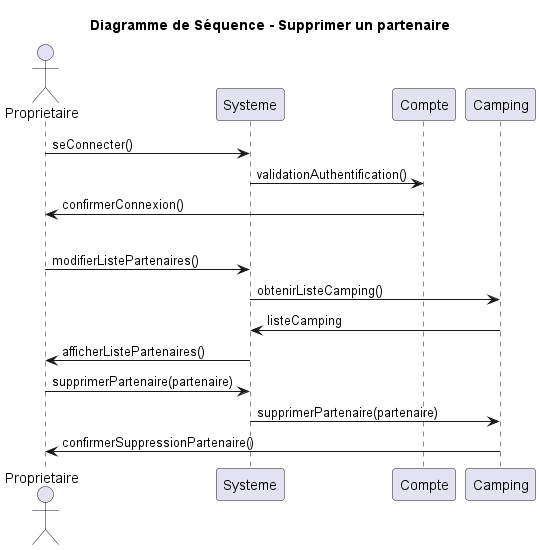
Earlier version of the PlantUML export UML/Diagramme_séquence_supprimer_partenaire.png (Egario54/ProjetClubNautique).
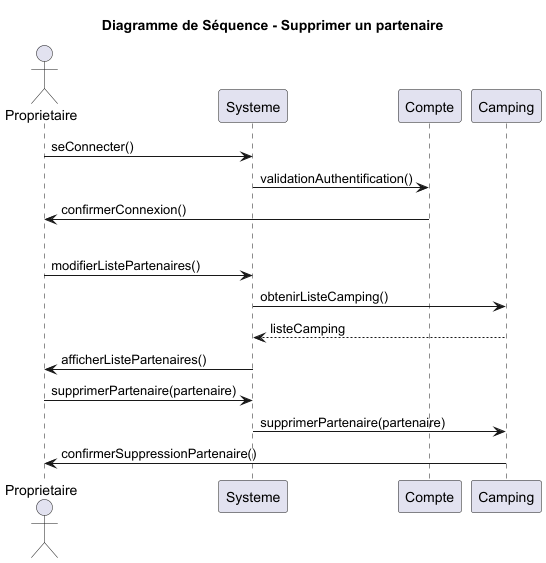
After the change.

Commit message:
J'ai oublié de push une image

Change to the diagram source:
```diff
@@ -13,7 +13,7 @@
 
 Proprietaire -> Systeme: modifierListePartenaires()
 Systeme -> Camping: obtenirListeCamping()
-Camping -> Systeme: listeCamping
+Camping --> Systeme: listeCamping
 Systeme -> Proprietaire: afficherListePartenaires()
 
 Proprietaire -> Systeme: supprimerPartenaire(partenaire)
```
